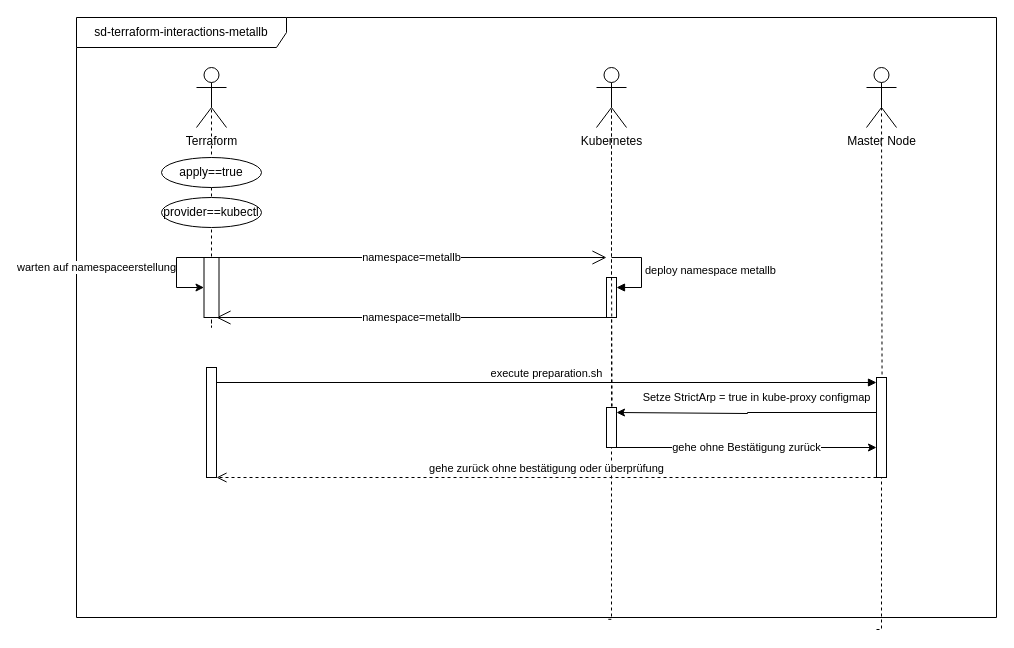
Before: uni-bsc/sq-terraform.drawio in pogii123/drawio-charts, a draw.io diagram. Source tidied: cells renumbered, new cells numbered last; positions are measured from the earlier drawing's top-left corner, leaving out a move shared by most shapes. Both pictures are drawn from the tidied source at 100%, with x=0, y=0 at pixel (76, 17).
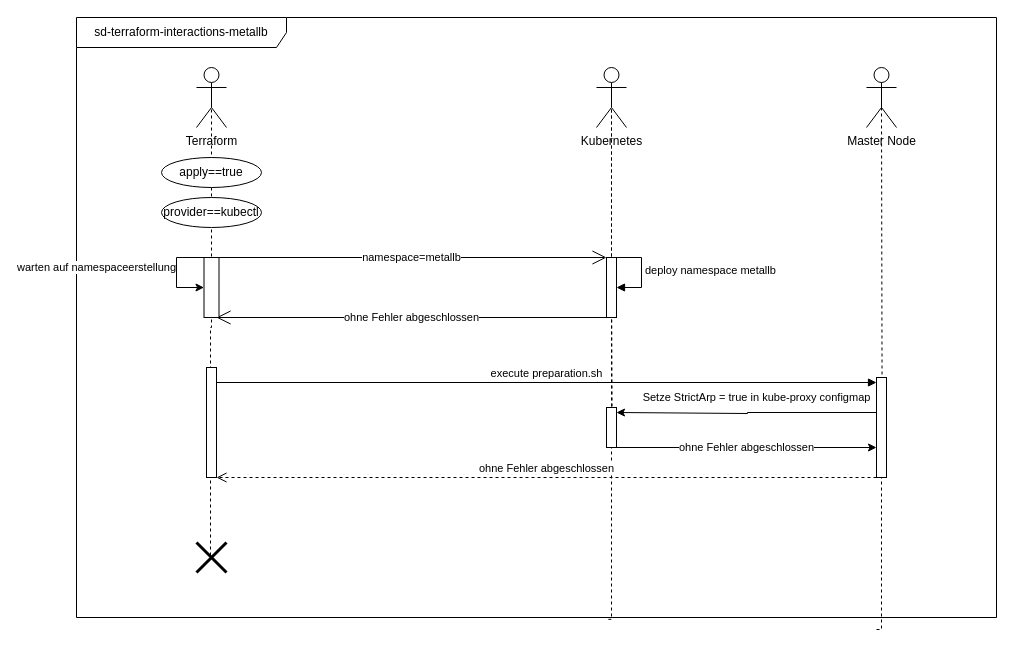
The same diagram, later.

The change refers to these unchanged cells:
```xml
<mxCell id="3" value="Terraform" style="shape=umlActor;verticalLabelPosition=bottom;verticalAlign=top;html=1;" parent="1" vertex="1">
  <mxGeometry x="120" y="50" width="30" height="60" as="geometry" />
</mxCell>
<mxCell id="12" style="html=1;whiteSpace=wrap;" parent="1" vertex="1">
  <mxGeometry x="127.5" y="240" width="15" height="60" as="geometry" />
</mxCell>
<mxCell id="26" style="html=1;points=[[0,0,0,0,5],[0,1,0,0,-5],[1,0,0,0,5],[1,1,0,0,-5]];perimeter=orthogonalPerimeter;outlineConnect=0;targetShapes=umlLifeline;portConstraint=eastwest;newEdgeStyle={&quot;curved&quot;:0,&quot;rounded&quot;:0};" parent="1" vertex="1">
  <mxGeometry x="530" y="390" width="10" height="40" as="geometry" />
</mxCell>
```

Change to the diagram source:
```diff
@@
-    <mxCell id="8" style="html=1;points=[[0,0,0,0,5],[0,1,0,0,-5],[1,0,0,0,5],[1,1,0,0,-5]];perimeter=orthogonalPerimeter;outlineConnect=0;targetShapes=umlLifeline;portConstraint=eastwest;newEdgeStyle={&quot;curved&quot;:0,&quot;rounded&quot;:0};" parent="1" vertex="1">
-      <mxGeometry x="530" y="260" width="10" height="40" as="geometry" />
-    </mxCell>
-    <mxCell id="9" value="deploy namespace metallb" style="html=1;align=left;spacingLeft=2;endArrow=block;rounded=0;edgeStyle=orthogonalEdgeStyle;curved=0;rounded=0;" parent="1" edge="1" target="8">
+    <mxCell id="9" value="deploy namespace metallb" style="html=1;align=left;spacingLeft=2;endArrow=block;rounded=0;edgeStyle=orthogonalEdgeStyle;curved=0;rounded=0;" parent="1" edge="1">
       <mxGeometry relative="1" as="geometry">
         <mxPoint x="535" y="240" as="sourcePoint" />
+        <mxPoint x="540" y="270" as="targetPoint" />
         <Array as="points">
           <mxPoint x="565" y="270" />
         </Array>
       </mxGeometry>
     </mxCell>
-    <mxCell id="10" value="namespace=metallb" style="endArrow=open;endSize=12;html=1;rounded=0;" parent="1" edge="1" source="8">
+    <mxCell id="10" value="ohne Fehler abgeschlossen" style="endArrow=open;endSize=12;html=1;rounded=0;" parent="1" edge="1">
       <mxGeometry relative="1" as="geometry">
+        <mxPoint x="530" y="300" as="sourcePoint" />
         <mxPoint x="140" y="300" as="targetPoint" />
       </mxGeometry>
     </mxCell>
-    <mxCell id="11" style="edgeStyle=orthogonalEdgeStyle;rounded=0;jettySize=auto;html=1;exitX=0.5;exitY=0.5;exitDx=0;exitDy=0;exitPerimeter=0;dashed=1;endArrow=none;endFill=0;" parent="1" edge="1" source="3" target="12">
+    <mxCell id="11" style="edgeStyle=orthogonalEdgeStyle;rounded=0;jettySize=auto;html=1;exitX=0.5;exitY=0.5;exitDx=0;exitDy=0;exitPerimeter=0;dashed=1;endArrow=none;endFill=0;" parent="1" edge="1" source="3">
       <mxGeometry relative="1" as="geometry">
+        <mxPoint x="134" y="540" as="targetPoint" />
         <Array as="points">
-          <mxPoint x="135" y="310" />
           <mxPoint x="135" y="310" />
         </Array>
       </mxGeometry>
     </mxCell>
@@
-    <mxCell id="17" value="gehe zurück ohne bestätigung oder überprüfung" style="html=1;verticalAlign=bottom;endArrow=open;dashed=1;endSize=8;curved=0;rounded=0;" parent="1" edge="1">
+    <mxCell id="17" value="ohne Fehler abgeschlossen" style="html=1;verticalAlign=bottom;endArrow=open;dashed=1;endSize=8;curved=0;rounded=0;" parent="1" edge="1">
       <mxGeometry relative="1" as="geometry">
         <mxPoint x="800" y="460" as="sourcePoint" />
         <mxPoint x="140" y="460" as="targetPoint" />
       </mxGeometry>
     </mxCell>
@@
-    <mxCell id="25" value="gehe ohne Bestätigung zurück" style="edgeStyle=orthogonalEdgeStyle;rounded=0;jettySize=auto;html=1;curved=0;" parent="1" edge="1" source="26">
+    <mxCell id="25" value="ohne Fehler abgeschlossen" style="edgeStyle=orthogonalEdgeStyle;rounded=0;jettySize=auto;html=1;curved=0;" parent="1" edge="1" source="26">
       <mxGeometry relative="1" as="geometry">
         <mxPoint x="800" y="430" as="targetPoint" />
         <Array as="points">
           <mxPoint x="660" y="430" />
           <mxPoint x="660" y="430" />
         </Array>
       </mxGeometry>
     </mxCell>
@@
+    <mxCell id="27" style="shape=umlDestroy;whiteSpace=wrap;html=1;strokeWidth=3;targetShapes=umlLifeline;" parent="1" vertex="1">
+      <mxGeometry x="120" y="525" width="30" height="30" as="geometry" />
+    </mxCell>
+    <mxCell id="28" style="html=1;perimeter=orthogonalPerimeter;targetShapes=umlLifeline;newEdgeStyle={&quot;curved&quot;:0,&quot;rounded&quot;:0};" parent="1" vertex="1">
+      <mxGeometry x="530" y="240" width="10" height="60" as="geometry" />
+    </mxCell>
```
